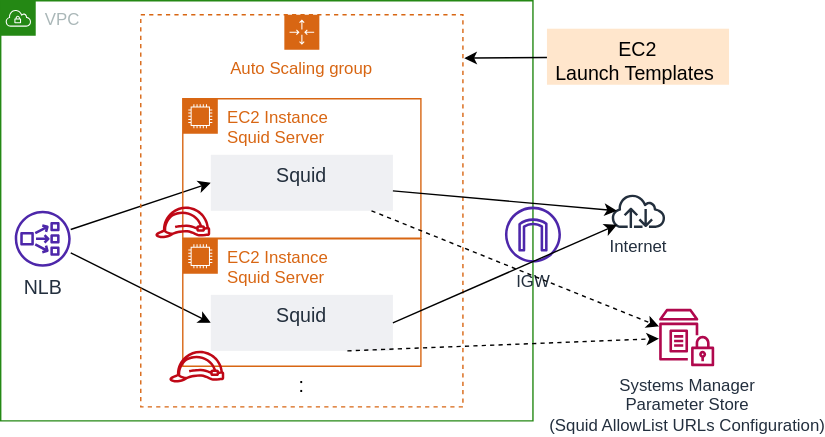
The draw.io diagram Documents/architecture.svg in Noppy/CFn_ForwardProxy, before a commit. Source tidied: cells renumbered, new cells last; positions are measured from the earlier drawing's top-left corner, leaving out a move shared by most shapes.
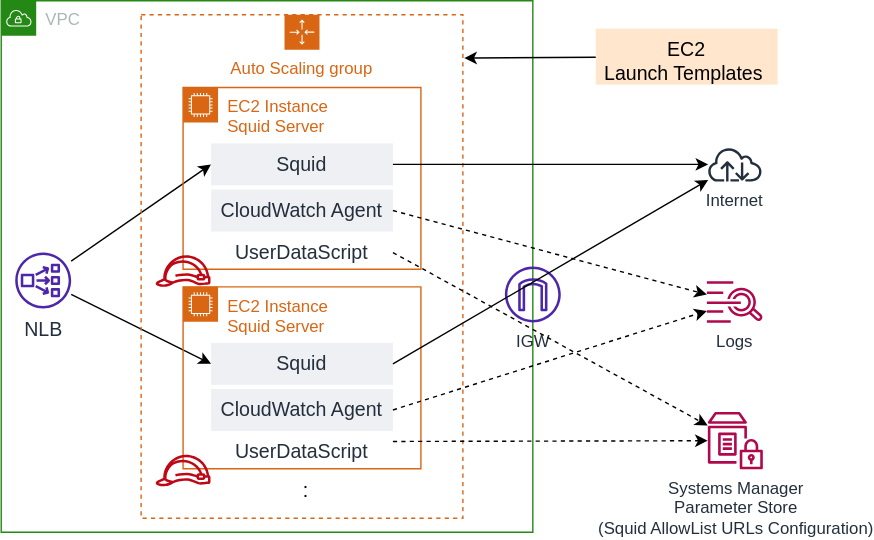
The same file after the commit.

Diff of the diagram source:
```diff
@@ -3,46 +3,58 @@
     <mxCell id="0" />
     <mxCell id="1" parent="0" />
     <mxCell id="2" value="VPC" style="gradientColor=none;html=1;whiteSpace=wrap;fontSize=12;fontStyle=0;shape=mxgraph.aws4.group;grIcon=mxgraph.aws4.group_vpc;strokeColor=#248814;fillColor=none;verticalAlign=top;align=left;spacingLeft=30;fontColor=#AAB7B8;dashed=0;" parent="1" vertex="1">
-      <mxGeometry width="380" height="300" as="geometry" />
+      <mxGeometry width="380" height="380" as="geometry" />
     </mxCell>
     <mxCell id="3" value="IGW&lt;br&gt;" style="sketch=0;fontColor=#232F3E;gradientColor=none;fillColor=#4D27AA;strokeColor=none;dashed=0;verticalLabelPosition=bottom;verticalAlign=top;align=center;html=1;fontSize=12;fontStyle=0;shape=mxgraph.aws4.internet_gateway;" parent="2" vertex="1">
-      <mxGeometry x="360" y="147" width="40" height="40" as="geometry" />
+      <mxGeometry x="360" y="190" width="40" height="40" as="geometry" />
     </mxCell>
+    <mxCell id="6" value="&lt;font style=&quot;font-size: 14px&quot;&gt;NLB&lt;/font&gt;" style="sketch=0;outlineConnect=0;fontColor=#232F3E;gradientColor=none;fillColor=#4D27AA;strokeColor=none;dashed=0;verticalLabelPosition=bottom;verticalAlign=top;align=center;html=1;fontSize=12;fontStyle=0;shape=mxgraph.aws4.network_load_balancer;" parent="2" vertex="1">
+      <mxGeometry x="10" y="180" width="40" height="40" as="geometry" />
+    </mxCell>
     <mxCell id="4" style="edgeStyle=none;rounded=0;jettySize=auto;html=1;entryX=0;entryY=0.5;entryDx=0;entryDy=0;fontSize=14;" parent="1" edge="1" source="6" target="10">
       <mxGeometry relative="1" as="geometry" />
     </mxCell>
     <mxCell id="5" style="edgeStyle=none;rounded=0;jettySize=auto;html=1;entryX=0;entryY=0.5;entryDx=0;entryDy=0;fontSize=14;" parent="1" edge="1" source="6" target="12">
       <mxGeometry relative="1" as="geometry" />
     </mxCell>
-    <mxCell id="6" value="&lt;font style=&quot;font-size: 14px&quot;&gt;NLB&lt;/font&gt;" style="sketch=0;outlineConnect=0;fontColor=#232F3E;gradientColor=none;fillColor=#4D27AA;strokeColor=none;dashed=0;verticalLabelPosition=bottom;verticalAlign=top;align=center;html=1;fontSize=12;fontStyle=0;shape=mxgraph.aws4.network_load_balancer;" parent="1" vertex="1">
-      <mxGeometry x="10" y="150" width="40" height="40" as="geometry" />
-    </mxCell>
     <mxCell id="7" value="EC2 Instance&lt;br&gt;Squid Server" style="gradientColor=none;html=1;whiteSpace=wrap;fontSize=12;fontStyle=0;shape=mxgraph.aws4.group;grIcon=mxgraph.aws4.group_ec2_instance_contents;strokeColor=#D86613;fillColor=none;verticalAlign=top;align=left;spacingLeft=30;fontColor=#D86613;dashed=0;" parent="1" vertex="1">
-      <mxGeometry x="130" y="70" width="170" height="99.6" as="geometry" />
+      <mxGeometry x="130" y="62" width="170" height="130" as="geometry" />
     </mxCell>
-    <mxCell id="8" style="sketch=0;fontColor=#232F3E;gradientColor=none;fillColor=#BF0816;strokeColor=none;dashed=0;verticalLabelPosition=bottom;verticalAlign=top;align=center;html=1;fontSize=12;fontStyle=0;shape=mxgraph.aws4.role;" parent="7" vertex="1">
-      <mxGeometry x="-20" y="77" width="40" height="22.6" as="geometry" />
-    </mxCell>
     <mxCell id="9" value="Auto Scaling group" style="gradientColor=none;html=1;whiteSpace=wrap;fontSize=12;fontStyle=0;shape=mxgraph.aws4.groupCenter;grIcon=mxgraph.aws4.group_auto_scaling_group;grStroke=1;strokeColor=#D86613;fillColor=none;verticalAlign=top;align=center;fontColor=#D86613;dashed=1;spacingTop=25;" parent="1" vertex="1">
-      <mxGeometry x="100" y="10" width="230" height="280" as="geometry" />
+      <mxGeometry x="100" y="10" width="230" height="360" as="geometry" />
     </mxCell>
     <mxCell id="10" value="Squid" style="fillColor=#EFF0F3;strokeColor=none;dashed=0;verticalAlign=top;fontStyle=0;fontColor=#232F3D;fontSize=14;" parent="9" vertex="1">
-      <mxGeometry x="50" y="100" width="130" height="40" as="geometry" />
+      <mxGeometry x="50" y="92" width="130" height="30" as="geometry" />
     </mxCell>
+    <mxCell id="23" value="CloudWatch Agent" style="fillColor=#EFF0F3;strokeColor=none;dashed=0;verticalAlign=top;fontStyle=0;fontColor=#232F3D;fontSize=14;" parent="9" vertex="1">
+      <mxGeometry x="50" y="125" width="130" height="30" as="geometry" />
+    </mxCell>
+    <mxCell id="8" style="sketch=0;fontColor=#232F3E;gradientColor=none;fillColor=#BF0816;strokeColor=none;dashed=0;verticalLabelPosition=bottom;verticalAlign=top;align=center;html=1;fontSize=12;fontStyle=0;shape=mxgraph.aws4.role;" parent="9" vertex="1">
+      <mxGeometry x="10" y="172" width="40" height="22.6" as="geometry" />
+    </mxCell>
+    <mxCell id="24" value="UserDataScript" style="fillColor=none;strokeColor=none;dashed=0;verticalAlign=top;fontStyle=0;fontColor=#232F3D;fontSize=14;" parent="9" vertex="1">
+      <mxGeometry x="50" y="155" width="130" height="30" as="geometry" />
+    </mxCell>
     <mxCell id="11" value="EC2 Instance&lt;br&gt;Squid Server" style="gradientColor=none;html=1;whiteSpace=wrap;fontSize=12;fontStyle=0;shape=mxgraph.aws4.group;grIcon=mxgraph.aws4.group_ec2_instance_contents;strokeColor=#D86613;fillColor=none;verticalAlign=top;align=left;spacingLeft=30;fontColor=#D86613;dashed=0;" parent="9" vertex="1">
-      <mxGeometry x="30" y="160" width="170" height="91" as="geometry" />
+      <mxGeometry x="30" y="194.6" width="170" height="130" as="geometry" />
     </mxCell>
     <mxCell id="12" value="Squid" style="fillColor=#EFF0F3;strokeColor=none;dashed=0;verticalAlign=top;fontStyle=0;fontColor=#232F3D;fontSize=14;" parent="9" vertex="1">
-      <mxGeometry x="50" y="200" width="130" height="40" as="geometry" />
+      <mxGeometry x="50" y="234.6" width="130" height="30" as="geometry" />
     </mxCell>
+    <mxCell id="25" value="CloudWatch Agent" style="fillColor=#EFF0F3;strokeColor=none;dashed=0;verticalAlign=top;fontStyle=0;fontColor=#232F3D;fontSize=14;" parent="9" vertex="1">
+      <mxGeometry x="50" y="267.6" width="130" height="30" as="geometry" />
+    </mxCell>
+    <mxCell id="26" style="sketch=0;fontColor=#232F3E;gradientColor=none;fillColor=#BF0816;strokeColor=none;dashed=0;verticalLabelPosition=bottom;verticalAlign=top;align=center;html=1;fontSize=12;fontStyle=0;shape=mxgraph.aws4.role;" parent="9" vertex="1">
+      <mxGeometry x="10" y="314.6" width="40" height="22.6" as="geometry" />
+    </mxCell>
+    <mxCell id="27" value="UserDataScript" style="fillColor=none;strokeColor=none;dashed=0;verticalAlign=top;fontStyle=0;fontColor=#232F3D;fontSize=14;" parent="9" vertex="1">
+      <mxGeometry x="50" y="297.6" width="130" height="30" as="geometry" />
+    </mxCell>
     <mxCell id="13" value=":" style="rounded=0;whiteSpace=wrap;html=1;fontSize=14;fillColor=none;strokeColor=none;" parent="9" vertex="1">
-      <mxGeometry x="90" y="250" width="50" height="30" as="geometry" />
+      <mxGeometry x="93" y="324.6" width="50" height="30" as="geometry" />
     </mxCell>
-    <mxCell id="14" style="sketch=0;fontColor=#232F3E;gradientColor=none;fillColor=#BF0816;strokeColor=none;dashed=0;verticalLabelPosition=bottom;verticalAlign=top;align=center;html=1;fontSize=12;fontStyle=0;shape=mxgraph.aws4.role;" parent="9" vertex="1">
-      <mxGeometry x="20" y="240" width="40" height="22.6" as="geometry" />
-    </mxCell>
     <mxCell id="15" value="EC2&#10;Launch Templates " style="fillColor=#ffe6cc;strokeColor=none;dashed=0;verticalAlign=top;fontStyle=0;fontSize=14;" parent="1" vertex="1">
-      <mxGeometry x="390" y="20" width="130" height="40" as="geometry" />
+      <mxGeometry x="425" y="20" width="130" height="40" as="geometry" />
     </mxCell>
     <mxCell id="16" style="rounded=0;jettySize=auto;html=1;fontSize=14;" parent="1" edge="1" source="15">
       <mxGeometry relative="1" as="geometry">
@@ -50,26 +62,31 @@
       </mxGeometry>
     </mxCell>
     <mxCell id="17" value="Systems Manager&lt;br&gt;Parameter Store&lt;br&gt;(Squid AllowList URLs Configuration)" style="sketch=0;outlineConnect=0;fontColor=#232F3E;gradientColor=none;fillColor=#B0084D;strokeColor=none;dashed=1;verticalLabelPosition=bottom;verticalAlign=top;align=center;html=1;fontSize=12;fontStyle=0;shape=mxgraph.aws4.parameter_store;" parent="1" vertex="1">
-      <mxGeometry x="470" y="220" width="39.4" height="41" as="geometry" />
+      <mxGeometry x="505" y="294" width="39.4" height="41" as="geometry" />
     </mxCell>
-    <mxCell id="18" style="edgeStyle=none;rounded=0;jettySize=auto;html=1;fontSize=14;dashed=1;" parent="1" edge="1" source="10" target="17">
+    <mxCell id="18" style="edgeStyle=none;rounded=0;jettySize=auto;html=1;fontSize=14;dashed=1;exitX=1;exitY=0.25;exitDx=0;exitDy=0;" parent="1" edge="1" source="27" target="17">
       <mxGeometry relative="1" as="geometry" />
     </mxCell>
-    <mxCell id="19" style="edgeStyle=none;rounded=0;jettySize=auto;html=1;fontSize=14;dashed=1;exitX=0.75;exitY=1;exitDx=0;exitDy=0;" parent="1" edge="1" source="12" target="17">
+    <mxCell id="19" style="edgeStyle=none;rounded=0;jettySize=auto;html=1;fontSize=14;dashed=1;exitX=1;exitY=0.5;exitDx=0;exitDy=0;" parent="1" edge="1" source="24" target="17">
       <mxGeometry relative="1" as="geometry" />
     </mxCell>
     <mxCell id="20" value="Internet" style="sketch=0;outlineConnect=0;fontColor=#232F3E;gradientColor=none;fillColor=#232F3D;strokeColor=none;dashed=0;verticalLabelPosition=bottom;verticalAlign=top;align=center;html=1;fontSize=12;fontStyle=0;shape=mxgraph.aws4.internet;" parent="1" vertex="1">
-      <mxGeometry x="435.3" y="137.7" width="40" height="24.6" as="geometry" />
+      <mxGeometry x="504.4" y="104.7" width="40" height="24.6" as="geometry" />
     </mxCell>
-    <mxCell id="21" style="edgeStyle=none;rounded=0;jettySize=auto;html=1;fontSize=14;" parent="1" edge="1" source="10">
-      <mxGeometry relative="1" as="geometry">
-        <mxPoint x="440" y="150" as="targetPoint" />
-      </mxGeometry>
+    <mxCell id="21" style="edgeStyle=none;rounded=0;jettySize=auto;html=1;fontSize=14;" parent="1" edge="1" source="10" target="20">
+      <mxGeometry relative="1" as="geometry" />
     </mxCell>
-    <mxCell id="22" style="edgeStyle=none;rounded=0;jettySize=auto;html=1;fontSize=14;exitX=1;exitY=0.5;exitDx=0;exitDy=0;" parent="1" edge="1" source="12">
-      <mxGeometry relative="1" as="geometry">
-        <mxPoint x="440" y="160" as="targetPoint" />
-      </mxGeometry>
+    <mxCell id="22" style="edgeStyle=none;rounded=0;jettySize=auto;html=1;fontSize=14;exitX=1;exitY=0.5;exitDx=0;exitDy=0;" parent="1" edge="1" source="12" target="20">
+      <mxGeometry relative="1" as="geometry" />
     </mxCell>
+    <mxCell id="28" value="Logs" style="sketch=0;outlineConnect=0;fontColor=#232F3E;gradientColor=none;fillColor=#B0084D;strokeColor=none;dashed=0;verticalLabelPosition=bottom;verticalAlign=top;align=center;html=1;fontSize=12;fontStyle=0;shape=mxgraph.aws4.logs;" parent="1" vertex="1">
+      <mxGeometry x="504.4" y="200.6" width="40" height="29.7" as="geometry" />
+    </mxCell>
+    <mxCell id="29" style="edgeStyle=none;rounded=0;jettySize=auto;html=1;fontSize=14;dashed=1;exitX=1;exitY=0.5;exitDx=0;exitDy=0;" parent="1" edge="1" source="23" target="28">
+      <mxGeometry relative="1" as="geometry" />
+    </mxCell>
+    <mxCell id="30" style="edgeStyle=none;rounded=0;jettySize=auto;html=1;fontSize=14;dashed=1;exitX=1;exitY=0.5;exitDx=0;exitDy=0;" parent="1" edge="1" source="25" target="28">
+      <mxGeometry relative="1" as="geometry" />
+    </mxCell>
   </root>
 </mxGraphModel>
```
